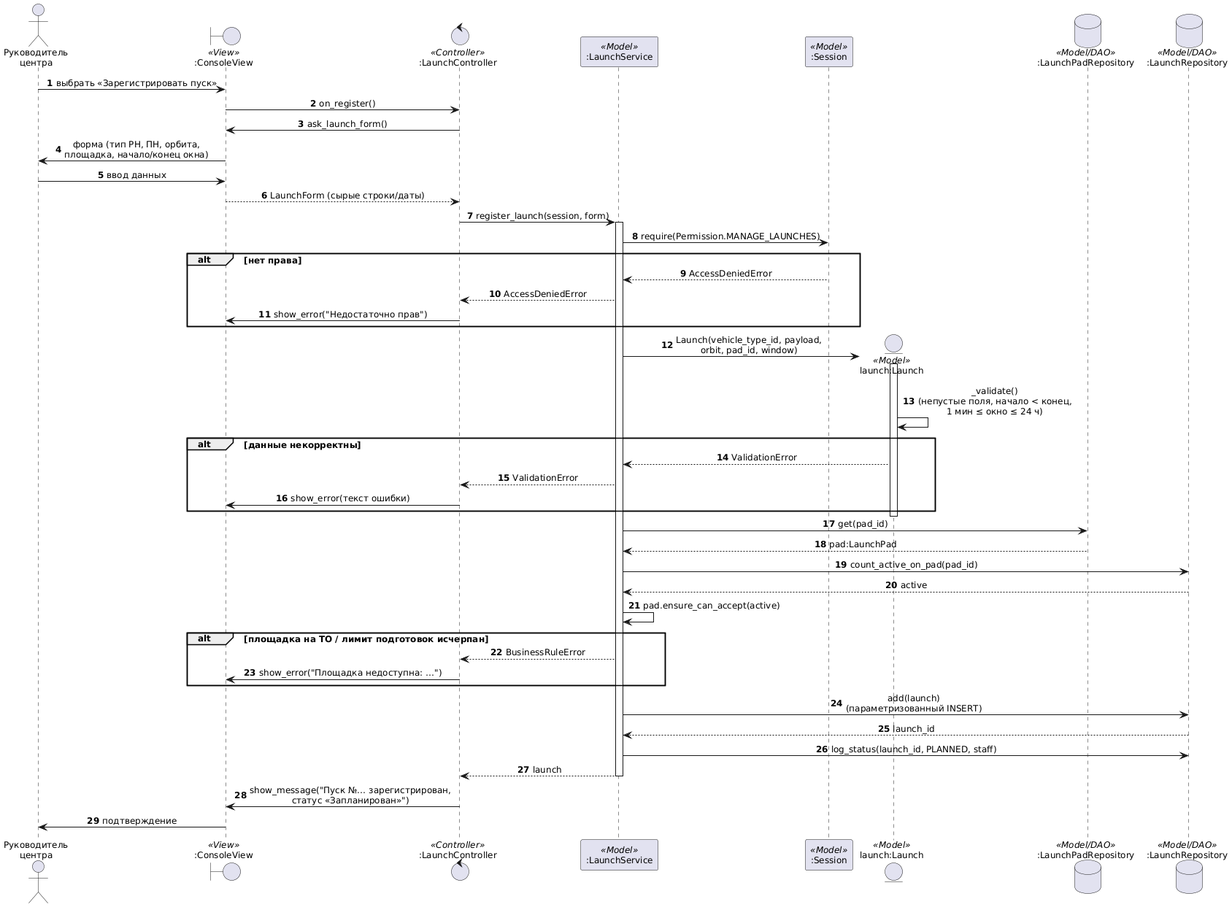
r3DBAD/SpaceCenter keeps this PlantUML diagram as docs/diagrams/uml/seq_register_launch.png. Above is the earlier version.
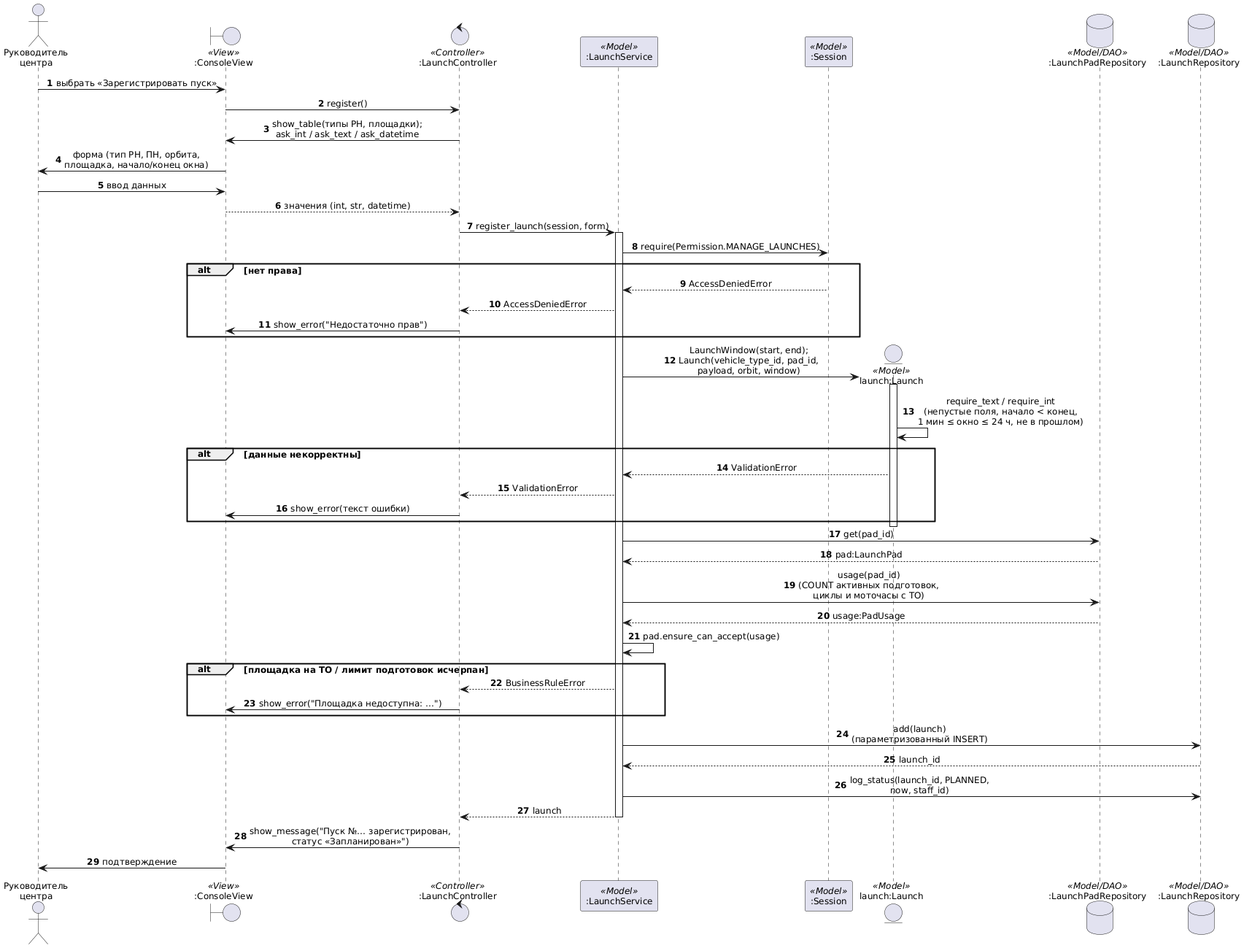
Later version of the same file.

What changed in the source:
```diff
@@ -16,11 +16,11 @@
 database ":LaunchRepository" as LR <<Model/DAO>>
 
 U -> V : выбрать «Зарегистрировать пуск»
-V -> C : on_register()
-C -> V : ask_launch_form()
+V -> C : register()
+C -> V : show_table(типы РН, площадки);\nask_int / ask_text / ask_datetime
 V -> U : форма (тип РН, ПН, орбита,\nплощадка, начало/конец окна)
 U -> V : ввод данных
-V --> C : LaunchForm (сырые строки/даты)
+V --> C : значения (int, str, datetime)
 
 C -> S : register_launch(session, form)
 activate S
@@ -31,9 +31,9 @@
   C -> V : show_error("Недостаточно прав")
 end
 
-S -> L ** : Launch(vehicle_type_id, payload,\norbit, pad_id, window)
+S -> L ** : LaunchWindow(start, end);\nLaunch(vehicle_type_id, pad_id,\npayload, orbit, window)
 activate L
-L -> L : _validate()\n(непустые поля, начало < конец,\n1 мин ≤ окно ≤ 24 ч)
+L -> L : require_text / require_int\n(непустые поля, начало < конец,\n1 мин ≤ окно ≤ 24 ч, не в прошлом)
 alt данные некорректны
   L --> S : ValidationError
   S --> C : ValidationError
@@ -43,9 +43,9 @@
 
 S -> PR : get(pad_id)
 PR --> S : pad:LaunchPad
-S -> LR : count_active_on_pad(pad_id)
-LR --> S : active
-S -> S : pad.ensure_can_accept(active)
+S -> PR : usage(pad_id)\n(COUNT активных подготовок,\nциклы и моточасы с ТО)
+PR --> S : usage:PadUsage
+S -> S : pad.ensure_can_accept(usage)
 alt площадка на ТО / лимит подготовок исчерпан
   S --> C : BusinessRuleError
   C -> V : show_error("Площадка недоступна: …")
@@ -53,7 +53,7 @@
 
 S -> LR : add(launch)\n(параметризованный INSERT)
 LR --> S : launch_id
-S -> LR : log_status(launch_id, PLANNED, staff)
+S -> LR : log_status(launch_id, PLANNED,\nnow, staff_id)
 S --> C : launch
 deactivate S
 C -> V : show_message("Пуск №… зарегистрирован,\nстатус «Запланирован»")
```
